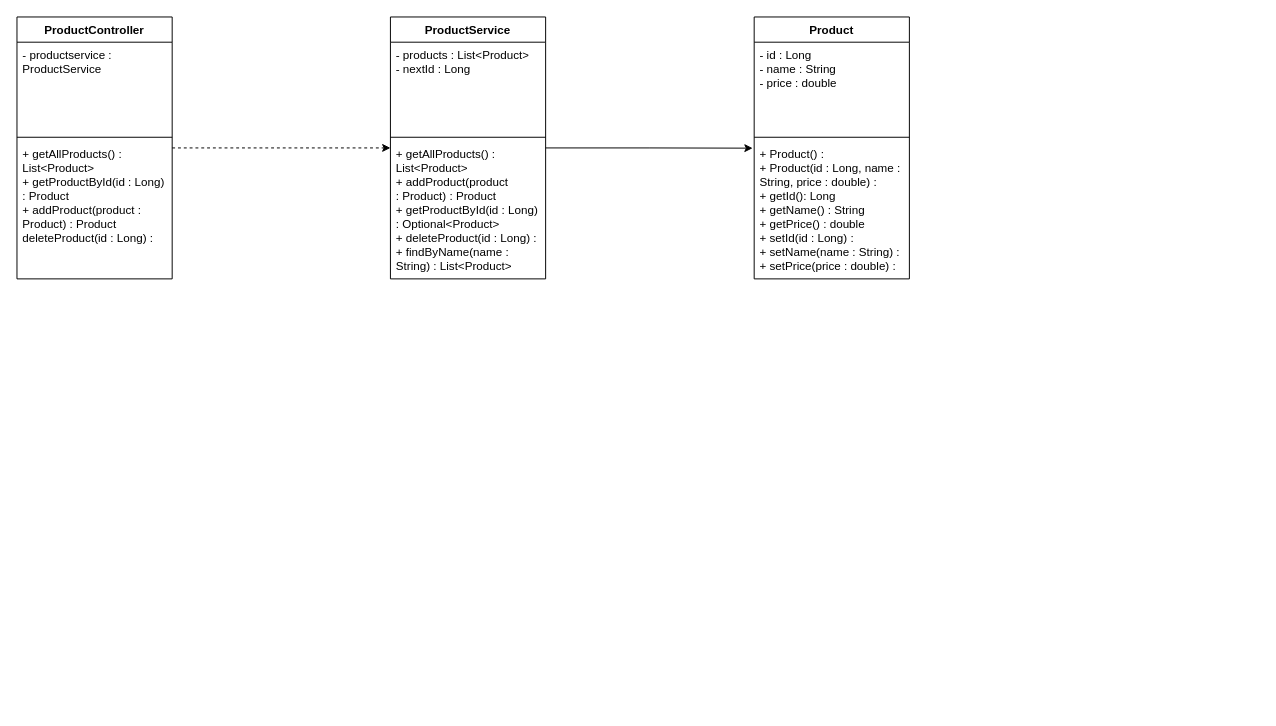
Earlier version of the draw.io diagram docs/uml/Product.drawio (RyzonB/OOP-Learning). Source tidied: cells renumbered, new cells numbered last; positions are measured from the earlier drawing's top-left corner, leaving out a move shared by most shapes. Both pictures are drawn from the tidied source at 97%, with x=0, y=0 at pixel (16, 16).
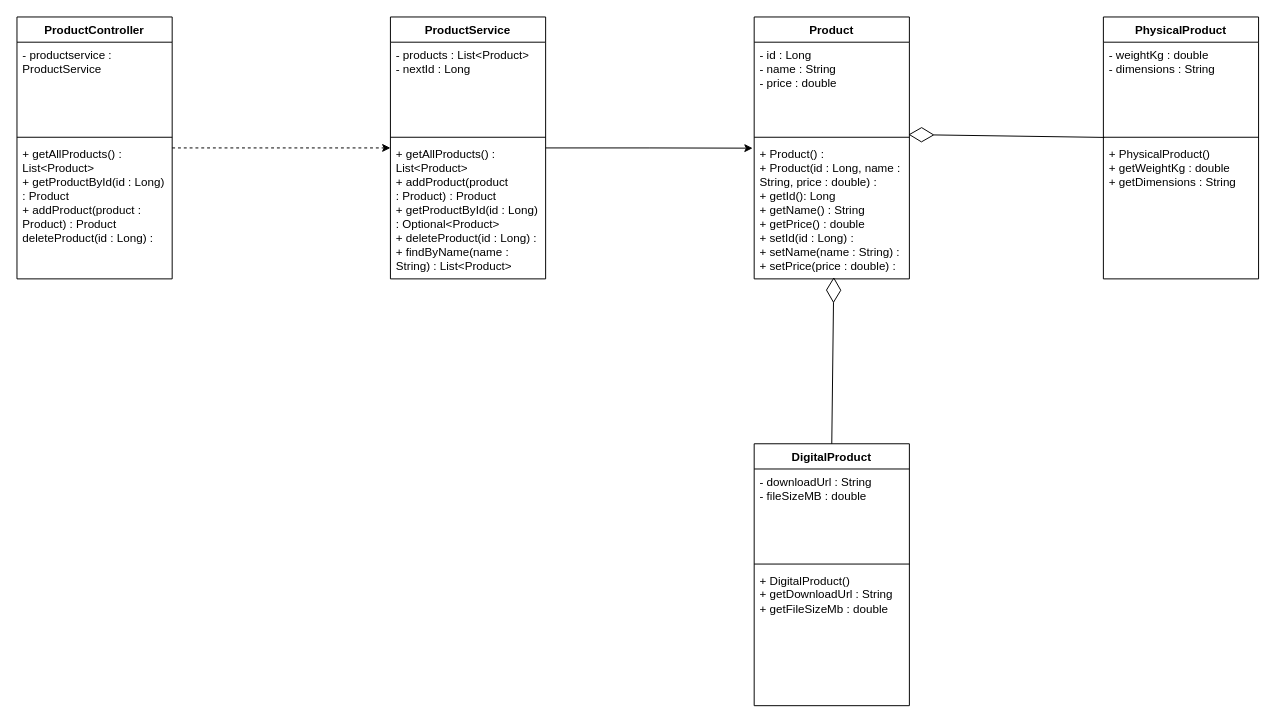
The same diagram, later.

Commit message (it also covers changes not shown here):
Tutorial 4: inheritance hierarchy - DigitalProduct and PhysicalProduct

Unchanged cells that the change refers to:
```xml
<mxCell id="3" value="- id : Long&lt;div&gt;- name : String&lt;/div&gt;&lt;div&gt;- price : double&lt;/div&gt;" style="text;strokeColor=none;fillColor=none;align=left;verticalAlign=top;spacingLeft=4;spacingRight=4;overflow=hidden;points=[[0,0.5],[1,0.5]];portConstraint=eastwest;whiteSpace=wrap;html=1;" parent="2" vertex="1">
  <mxGeometry y="26" width="160" height="94" as="geometry" />
</mxCell>
<mxCell id="5" value="+ Product() :&lt;div&gt;+ Product(id : Long, name : String, price : double) :&lt;br&gt;&lt;div&gt;+ getId(): Long&lt;/div&gt;&lt;div&gt;+ getName() : String&amp;nbsp;&lt;/div&gt;&lt;div&gt;+ getPrice() : double&lt;/div&gt;&lt;/div&gt;&lt;div&gt;+ setId(id : Long) :&amp;nbsp;&lt;/div&gt;&lt;div&gt;+ setName(name : String) :&amp;nbsp;&lt;/div&gt;&lt;div&gt;+ setPrice(price : double) :&amp;nbsp;&lt;/div&gt;&lt;div&gt;&lt;/div&gt;&lt;div&gt;&lt;/div&gt;&lt;div&gt;&lt;/div&gt;&lt;div&gt;&lt;/div&gt;&lt;div&gt;&lt;/div&gt;&lt;div&gt;&lt;/div&gt;&lt;div&gt;&lt;/div&gt;&lt;div&gt;&lt;/div&gt;" style="text;strokeColor=none;fillColor=none;align=left;verticalAlign=top;spacingLeft=4;spacingRight=4;overflow=hidden;points=[[0,0.5],[1,0.5]];portConstraint=eastwest;whiteSpace=wrap;html=1;" parent="2" vertex="1">
  <mxGeometry y="128" width="160" height="142" as="geometry" />
</mxCell>
```

Change to the diagram source:
```diff
@@
+    <mxCell id="16" value="DigitalProduct&lt;br&gt;" style="swimlane;fontStyle=1;align=center;verticalAlign=top;horizontal=1;startSize=26;whiteSpace=wrap;html=1;" parent="1" vertex="1">
+      <mxGeometry x="760" y="440" width="160" height="270" as="geometry" />
+    </mxCell>
+    <mxCell id="17" value="- downloadUrl : String&lt;br&gt;- fileSizeMB : double" style="text;strokeColor=none;fillColor=none;align=left;verticalAlign=top;spacingLeft=4;spacingRight=4;overflow=hidden;whiteSpace=wrap;html=1;" parent="16" vertex="1">
+      <mxGeometry y="26" width="160" height="94" as="geometry" />
+    </mxCell>
+    <mxCell id="18" style="line;strokeWidth=1;fillColor=none;align=left;verticalAlign=middle;spacingTop=-1;spacingLeft=3;spacingRight=3;labelPosition=right;strokeColor=inherit;" parent="16" vertex="1">
+      <mxGeometry y="120" width="160" height="8" as="geometry" />
+    </mxCell>
+    <mxCell id="19" value="+ DigitalProduct()&amp;nbsp;&lt;br&gt;+ getDownloadUrl : String&lt;br&gt;+ getFileSizeMb : double&lt;br&gt;&lt;br&gt;&lt;div&gt;&lt;/div&gt;&lt;div&gt;&lt;/div&gt;&lt;div&gt;&lt;/div&gt;&lt;div&gt;&lt;/div&gt;&lt;div&gt;&lt;/div&gt;&lt;div&gt;&lt;/div&gt;&lt;div&gt;&lt;/div&gt;&lt;div&gt;&lt;/div&gt;" style="text;strokeColor=none;fillColor=none;align=left;verticalAlign=top;spacingLeft=4;spacingRight=4;overflow=hidden;whiteSpace=wrap;html=1;" parent="16" vertex="1">
+      <mxGeometry y="128" width="160" height="142" as="geometry" />
+    </mxCell>
+    <mxCell id="20" value="PhysicalProduct&lt;br&gt;" style="swimlane;fontStyle=1;align=center;verticalAlign=top;horizontal=1;startSize=26;whiteSpace=wrap;html=1;" parent="1" vertex="1">
+      <mxGeometry x="1120" width="160" height="270" as="geometry" />
+    </mxCell>
+    <mxCell id="21" value="- weightKg : double&lt;br&gt;- dimensions : String" style="text;strokeColor=none;fillColor=none;align=left;verticalAlign=top;spacingLeft=4;spacingRight=4;overflow=hidden;whiteSpace=wrap;html=1;" parent="20" vertex="1">
+      <mxGeometry y="26" width="160" height="94" as="geometry" />
+    </mxCell>
+    <mxCell id="22" style="line;strokeWidth=1;fillColor=none;align=left;verticalAlign=middle;spacingTop=-1;spacingLeft=3;spacingRight=3;labelPosition=right;strokeColor=inherit;" parent="20" vertex="1">
+      <mxGeometry y="120" width="160" height="8" as="geometry" />
+    </mxCell>
+    <mxCell id="23" value="+ PhysicalProduct()&lt;br&gt;+ getWeightKg : double&lt;br&gt;+ getDimensions : String&lt;br&gt;&lt;br&gt;&lt;br&gt;&lt;div&gt;&lt;/div&gt;&lt;div&gt;&lt;/div&gt;&lt;div&gt;&lt;/div&gt;&lt;div&gt;&lt;/div&gt;&lt;div&gt;&lt;/div&gt;&lt;div&gt;&lt;/div&gt;&lt;div&gt;&lt;/div&gt;&lt;div&gt;&lt;/div&gt;" style="text;strokeColor=none;fillColor=none;align=left;verticalAlign=top;spacingLeft=4;spacingRight=4;overflow=hidden;points=[[0,0.5],[1,0.5]];portConstraint=eastwest;whiteSpace=wrap;html=1;" parent="20" vertex="1">
+      <mxGeometry y="128" width="160" height="142" as="geometry" />
+    </mxCell>
+    <mxCell id="24" style="endArrow=diamondThin;endFill=0;endSize=24;html=1;rounded=0;exitX=0.5;exitY=0;exitDx=0;exitDy=0;entryX=0.513;entryY=0.987;entryDx=0;entryDy=0;entryPerimeter=0;" parent="1" edge="1" source="16" target="5">
+      <mxGeometry relative="1" as="geometry" />
+    </mxCell>
+    <mxCell id="25" style="endArrow=diamondThin;endFill=0;endSize=24;html=1;rounded=0;exitX=0.006;exitY=-0.027;exitDx=0;exitDy=0;entryX=0.994;entryY=1.013;entryDx=0;entryDy=0;exitPerimeter=0;entryPerimeter=0;" parent="1" edge="1" source="23" target="3">
+      <mxGeometry relative="1" as="geometry" />
+    </mxCell>
```
